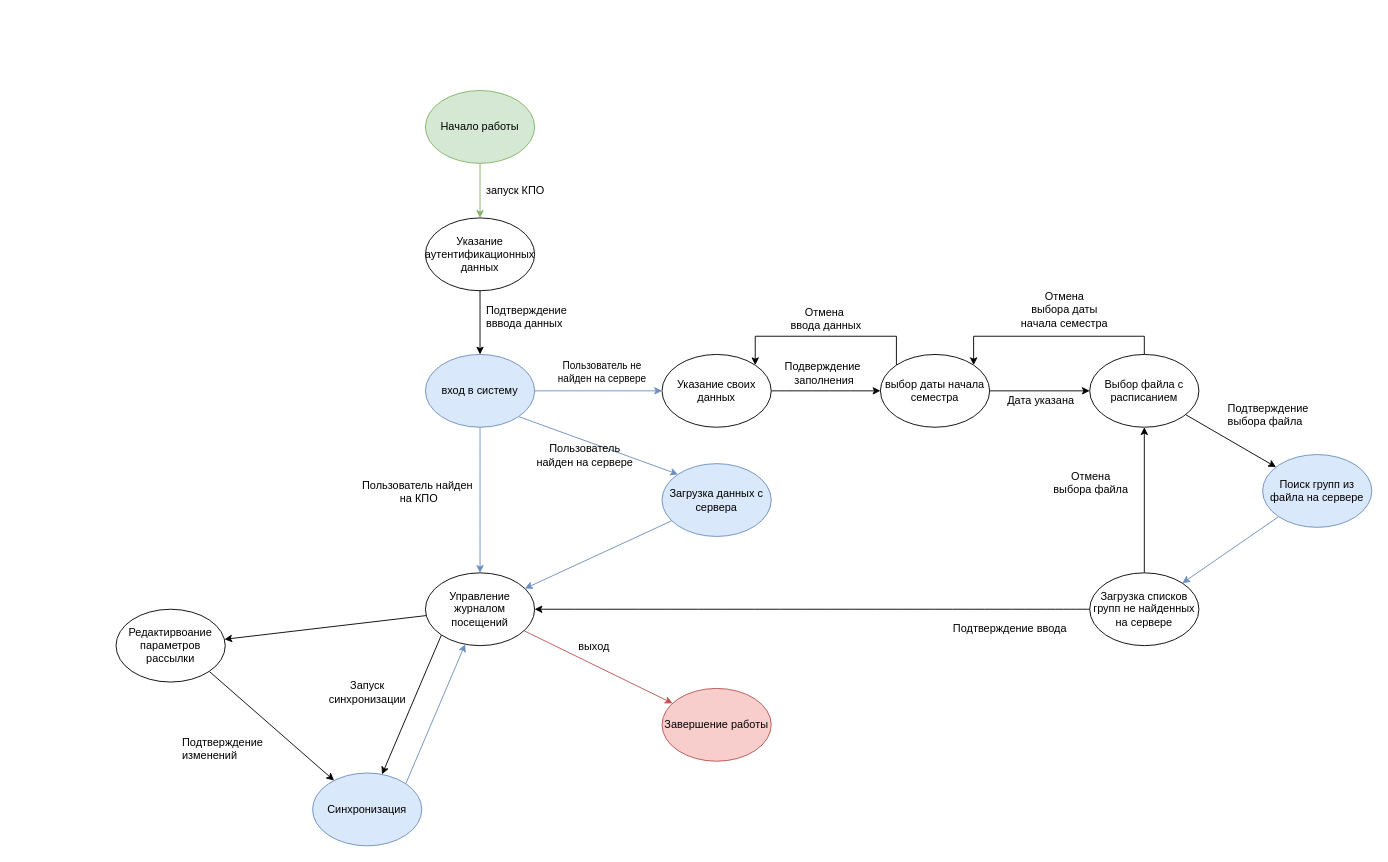
merdovash/VisitCount keeps this draw.io diagram as Client/ClientState.drawio. Above is the earlier version. Source tidied: cells renumbered, new cells numbered last; positions are measured from the earlier drawing's top-left corner, leaving out a move shared by most shapes. Both pictures are drawn from the tidied source at 91%, with x=0, y=0 at pixel (116, 90).
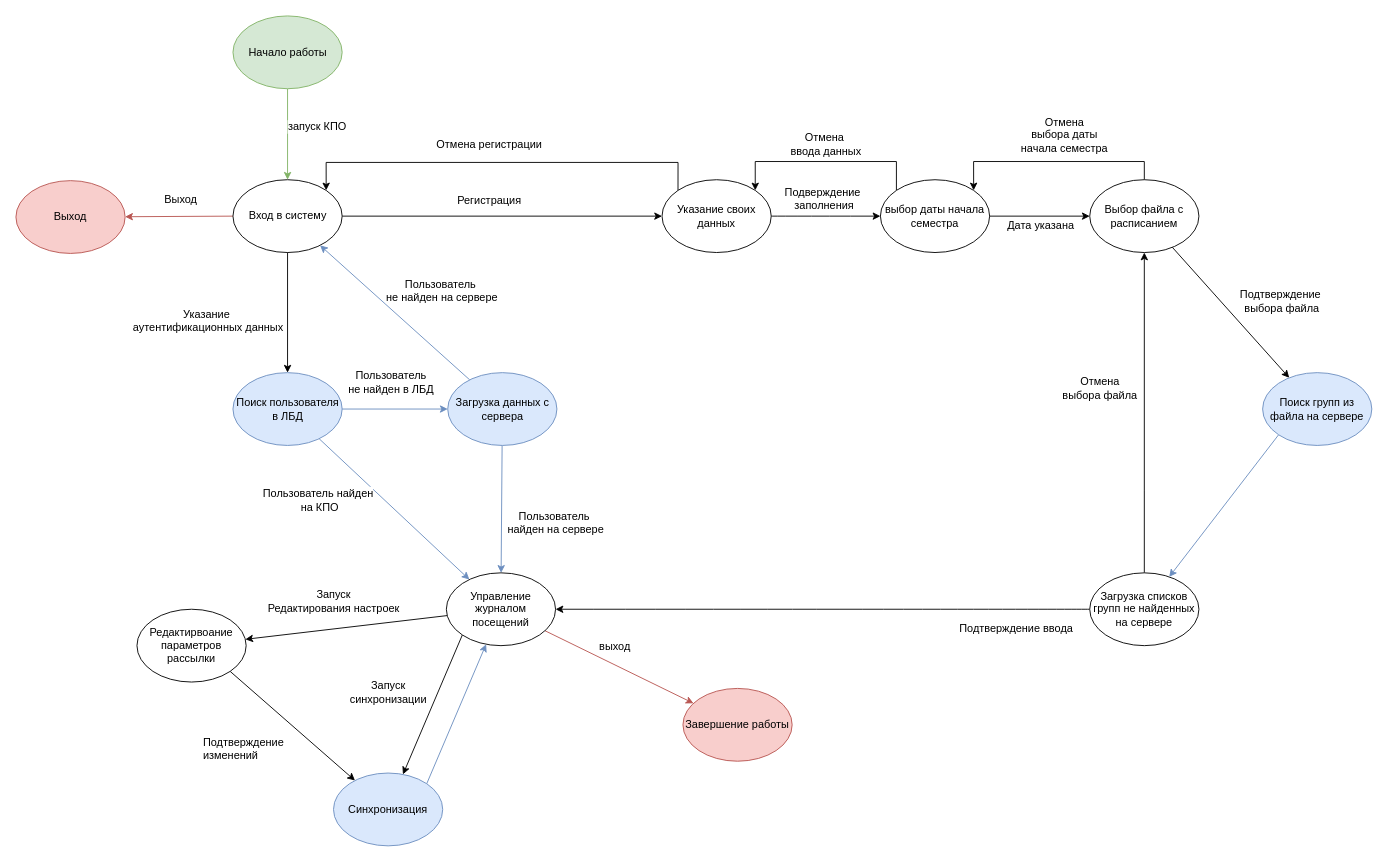
The same diagram, later.

Commit message (it also covers changes not shown here):
Обновил схему состояний клиента

Unchanged cells that the change refers to:
```xml
<mxCell id="9" style="edgeStyle=none;rounded=0;jettySize=auto;html=1;" parent="1" edge="1" source="10" target="45">
  <mxGeometry relative="1" as="geometry" />
</mxCell>
<mxCell id="13" style="edgeStyle=elbowEdgeStyle;rounded=0;jettySize=auto;html=1;exitX=0.5;exitY=0;exitDx=0;exitDy=0;entryX=0.5;entryY=1;entryDx=0;entryDy=0;" parent="1" edge="1" source="15" target="10">
  <mxGeometry relative="1" as="geometry">
    <Array as="points">
      <mxPoint x="1130" y="440" />
    </Array>
  </mxGeometry>
</mxCell>
<mxCell id="25" style="rounded=0;jettySize=auto;html=1;fillColor=#dae8fc;strokeColor=#6c8ebf;" parent="1" edge="1" source="26" target="32">
  <mxGeometry relative="1" as="geometry" />
</mxCell>
<mxCell id="31" style="edgeStyle=none;rounded=0;jettySize=auto;html=1;" parent="1" edge="1" source="32" target="42">
  <mxGeometry relative="1" as="geometry" />
</mxCell>
<mxCell id="34" style="edgeStyle=none;rounded=0;jettySize=auto;html=1;exitX=0.5;exitY=1;exitDx=0;exitDy=0;entryX=0.5;entryY=0;entryDx=0;entryDy=0;fillColor=#d5e8d4;strokeColor=#82b366;" parent="1" edge="1" source="35" target="39">
  <mxGeometry relative="1" as="geometry" />
</mxCell>
```

What changed in the source:
```diff
@@
     <mxCell id="4" style="edgeStyle=elbowEdgeStyle;rounded=0;jettySize=auto;html=1;exitX=0;exitY=0;exitDx=0;exitDy=0;entryX=1;entryY=0;entryDx=0;entryDy=0;" parent="1" edge="1" source="6" target="18">
       <mxGeometry relative="1" as="geometry">
         <Array as="points">
-          <mxPoint x="790" y="270" />
+          <mxPoint x="790" y="78" />
         </Array>
       </mxGeometry>
     </mxCell>
@@
     <mxCell id="6" value="выбор даты начала семестра" style="ellipse;whiteSpace=wrap;html=1;" parent="1" vertex="1">
-      <mxGeometry x="840" y="290" width="120" height="80" as="geometry" />
+      <mxGeometry x="840" y="98" width="120" height="80" as="geometry" />
     </mxCell>
     <mxCell id="7" style="edgeStyle=orthogonalEdgeStyle;rounded=0;jettySize=auto;html=1;exitX=0.5;exitY=0;exitDx=0;exitDy=0;entryX=1;entryY=0;entryDx=0;entryDy=0;" parent="1" edge="1" source="10" target="6">
       <mxGeometry relative="1" as="geometry">
         <Array as="points">
-          <mxPoint x="1130" y="270" />
-          <mxPoint x="942" y="270" />
+          <mxPoint x="1130" y="78" />
+          <mxPoint x="942" y="78" />
         </Array>
       </mxGeometry>
     </mxCell>
@@
+    <mxCell id="46" value="&lt;span&gt;Подтверждение&amp;nbsp;&lt;/span&gt;&lt;br&gt;&lt;span&gt;выбора файла&lt;/span&gt;" style="text;html=1;align=center;verticalAlign=middle;labelBackgroundColor=#ffffff;" parent="9" vertex="1">
+      <mxGeometry x="0.15" y="-4" relative="1" as="geometry">
+        <mxPoint x="48.5" y="-26" as="offset" />
+      </mxGeometry>
+    </mxCell>
     <mxCell id="10" value="Выбор файла с расписанием" style="ellipse;whiteSpace=wrap;html=1;" parent="1" vertex="1">
-      <mxGeometry x="1070" y="290" width="120" height="80" as="geometry" />
+      <mxGeometry x="1070" y="98" width="120" height="80" as="geometry" />
     </mxCell>
@@
     <mxCell id="14" value="Отмена &lt;br&gt;выбора файла" style="text;html=1;align=center;verticalAlign=middle;labelBackgroundColor=#ffffff;" parent="13" vertex="1">
       <mxGeometry x="0.08" y="-3" relative="1" as="geometry">
-        <mxPoint x="-63" y="-13.5" as="offset" />
+        <mxPoint x="-53" y="-13.5" as="offset" />
       </mxGeometry>
     </mxCell>
@@
+    <mxCell id="48" style="edgeStyle=orthogonalEdgeStyle;rounded=0;jettySize=auto;html=1;exitX=0;exitY=0;exitDx=0;exitDy=0;entryX=1;entryY=0;entryDx=0;entryDy=0;" parent="1" edge="1" source="18" target="39">
+      <mxGeometry relative="1" as="geometry">
+        <Array as="points">
+          <mxPoint x="618" y="79" />
+          <mxPoint x="230" y="79" />
+        </Array>
+      </mxGeometry>
+    </mxCell>
+    <mxCell id="49" value="Отмена регистрации" style="text;html=1;align=center;verticalAlign=middle;labelBackgroundColor=#ffffff;" parent="48" vertex="1">
+      <mxGeometry x="-0.36" y="-2" relative="1" as="geometry">
+        <mxPoint x="-96" y="-17.5" as="offset" />
+      </mxGeometry>
+    </mxCell>
     <mxCell id="18" value="Указание своих данных" style="ellipse;whiteSpace=wrap;html=1;" parent="1" vertex="1">
-      <mxGeometry x="600" y="290" width="120" height="80" as="geometry" />
+      <mxGeometry x="600" y="98" width="120" height="80" as="geometry" />
     </mxCell>
-    <mxCell id="19" value="Пользователь не &lt;br&gt;найден на сервере" style="edgeStyle=orthogonalEdgeStyle;curved=1;rounded=0;jettySize=auto;html=1;fillColor=#dae8fc;strokeColor=#6c8ebf;" parent="1" edge="1" source="24" target="18">
-      <mxGeometry x="0.05" y="20" relative="1" as="geometry" />
-    </mxCell>
-    <mxCell id="20" style="rounded=0;jettySize=auto;html=1;exitX=1;exitY=1;exitDx=0;exitDy=0;entryX=0;entryY=0;entryDx=0;entryDy=0;fillColor=#dae8fc;strokeColor=#6c8ebf;" parent="1" edge="1" source="24" target="26">
+    <mxCell id="20" style="rounded=0;jettySize=auto;html=1;fillColor=#dae8fc;strokeColor=#6c8ebf;" parent="1" edge="1" source="57" target="26">
       <mxGeometry relative="1" as="geometry" />
     </mxCell>
-    <mxCell id="21" value="Пользователь &lt;br&gt;найден на сервере" style="text;html=1;align=center;verticalAlign=middle;labelBackgroundColor=none;" parent="20" vertex="1">
+    <mxCell id="21" value="Пользователь &lt;br&gt;не найден в ЛБД&lt;br&gt;" style="text;html=1;align=center;verticalAlign=middle;labelBackgroundColor=none;" parent="20" vertex="1">
       <mxGeometry x="-0.03" y="-2" relative="1" as="geometry">
-        <mxPoint x="-11.5" y="9.5" as="offset" />
+        <mxPoint x="-3" y="-32" as="offset" />
       </mxGeometry>
     </mxCell>
-    <mxCell id="22" style="edgeStyle=orthogonalEdgeStyle;curved=1;rounded=0;jettySize=auto;html=1;exitX=0.5;exitY=1;exitDx=0;exitDy=0;fillColor=#dae8fc;strokeColor=#6c8ebf;" parent="1" edge="1" source="24" target="32">
+    <mxCell id="22" style="rounded=0;jettySize=auto;html=1;fillColor=#dae8fc;strokeColor=#6c8ebf;" parent="1" edge="1" source="57" target="32">
       <mxGeometry relative="1" as="geometry" />
     </mxCell>
@@
-    <mxCell id="24" value="вход в систему" style="ellipse;whiteSpace=wrap;html=1;fillColor=#dae8fc;strokeColor=#6c8ebf;" parent="1" vertex="1">
-      <mxGeometry x="340" y="290" width="120" height="80" as="geometry" />
-    </mxCell>
@@
+    <mxCell id="50" value="&lt;span&gt;Пользователь&amp;nbsp;&lt;/span&gt;&lt;br&gt;&lt;span&gt;найден на сервере&lt;/span&gt;" style="text;html=1;align=center;verticalAlign=middle;labelBackgroundColor=#ffffff;" parent="25" vertex="1">
+      <mxGeometry x="-0.35" y="1" relative="1" as="geometry">
+        <mxPoint x="58" y="38" as="offset" />
+      </mxGeometry>
+    </mxCell>
+    <mxCell id="51" style="edgeStyle=none;rounded=0;jettySize=auto;html=1;fillColor=#dae8fc;strokeColor=#6c8ebf;" parent="1" edge="1" source="26" target="39">
+      <mxGeometry relative="1" as="geometry" />
+    </mxCell>
+    <mxCell id="19" value="&lt;span&gt;Пользователь&amp;nbsp;&lt;/span&gt;&lt;br&gt;&lt;span&gt;не найден на сервере&lt;/span&gt;" style="text;html=1;align=center;verticalAlign=middle;labelBackgroundColor=#ffffff;" parent="51" vertex="1">
+      <mxGeometry x="0.19" y="4" relative="1" as="geometry">
+        <mxPoint x="70" y="-13.5" as="offset" />
+      </mxGeometry>
+    </mxCell>
     <mxCell id="26" value="Загрузка данных с сервера" style="ellipse;whiteSpace=wrap;html=1;fillColor=#dae8fc;strokeColor=#6c8ebf;" parent="1" vertex="1">
-      <mxGeometry x="600" y="410" width="120" height="80" as="geometry" />
+      <mxGeometry x="364.5" y="310" width="120" height="80" as="geometry" />
     </mxCell>
@@
+    <mxCell id="52" value="&lt;span&gt;Запуск&lt;/span&gt;&lt;br&gt;&lt;span&gt;Редактирования настроек&lt;/span&gt;" style="text;html=1;align=center;verticalAlign=middle;labelBackgroundColor=#ffffff;" parent="31" vertex="1">
+      <mxGeometry x="0.51" y="-1" relative="1" as="geometry">
+        <mxPoint x="42.5" y="-35.5" as="offset" />
+      </mxGeometry>
+    </mxCell>
     <mxCell id="32" value="Управление журналом посещений" style="ellipse;whiteSpace=wrap;html=1;" parent="1" vertex="1">
-      <mxGeometry x="340" y="530" width="120" height="80" as="geometry" />
+      <mxGeometry x="363" y="530" width="120" height="80" as="geometry" />
     </mxCell>
     <mxCell id="33" value="Завершение работы" style="ellipse;whiteSpace=wrap;html=1;fillColor=#f8cecc;strokeColor=#b85450;" parent="1" vertex="1">
-      <mxGeometry x="600" y="657" width="120" height="80" as="geometry" />
+      <mxGeometry x="623" y="657" width="120" height="80" as="geometry" />
     </mxCell>
@@
+    <mxCell id="47" value="&lt;span&gt;запуск КПО&lt;/span&gt;" style="text;html=1;align=center;verticalAlign=middle;labelBackgroundColor=#ffffff;" parent="34" vertex="1">
+      <mxGeometry x="0.22" y="2" relative="1" as="geometry">
+        <mxPoint x="30" y="-19.5" as="offset" />
+      </mxGeometry>
+    </mxCell>
     <mxCell id="35" value="Начало работы" style="ellipse;whiteSpace=wrap;html=1;fillColor=#d5e8d4;strokeColor=#82b366;" parent="1" vertex="1">
-      <mxGeometry x="340" width="120" height="80" as="geometry" />
+      <mxGeometry x="128.5" y="-82" width="120" height="80" as="geometry" />
     </mxCell>
@@
     <mxCell id="37" value="Синхронизация" style="ellipse;whiteSpace=wrap;html=1;align=center;fillColor=#dae8fc;strokeColor=#6c8ebf;" parent="1" vertex="1">
-      <mxGeometry x="216" y="750" width="120" height="80" as="geometry" />
+      <mxGeometry x="239" y="750" width="120" height="80" as="geometry" />
     </mxCell>
-    <mxCell id="38" style="edgeStyle=none;rounded=0;jettySize=auto;html=1;exitX=0.5;exitY=1;exitDx=0;exitDy=0;" parent="1" edge="1" source="39" target="24">
-      <mxGeometry relative="1" as="geometry" />
-    </mxCell>
+    <mxCell id="53" style="edgeStyle=none;rounded=0;jettySize=auto;html=1;exitX=1;exitY=0.5;exitDx=0;exitDy=0;" parent="1" edge="1" source="39" target="18">
+      <mxGeometry relative="1" as="geometry" />
+    </mxCell>
+    <mxCell id="54" value="Регистрация" style="text;html=1;align=center;verticalAlign=middle;labelBackgroundColor=#ffffff;" parent="53" vertex="1">
+      <mxGeometry x="-0.22" y="1" relative="1" as="geometry">
+        <mxPoint x="24" y="-17" as="offset" />
+      </mxGeometry>
+    </mxCell>
+    <mxCell id="55" style="edgeStyle=none;rounded=0;jettySize=auto;html=1;exitX=0;exitY=0.5;exitDx=0;exitDy=0;fillColor=#f8cecc;strokeColor=#b85450;" parent="1" edge="1" source="39" target="60">
+      <mxGeometry relative="1" as="geometry" />
+    </mxCell>
+    <mxCell id="56" value="Выход" style="text;html=1;align=center;verticalAlign=middle;labelBackgroundColor=#ffffff;" parent="55" vertex="1">
+      <mxGeometry x="0.45" y="2" relative="1" as="geometry">
+        <mxPoint x="28" y="-21" as="offset" />
+      </mxGeometry>
+    </mxCell>
-    <mxCell id="39" value="Указание аутентификационных данных" style="ellipse;whiteSpace=wrap;html=1;align=center;" parent="1" vertex="1">
-      <mxGeometry x="340" y="140" width="120" height="80" as="geometry" />
+    <mxCell id="39" value="Вход в систему" style="ellipse;whiteSpace=wrap;html=1;align=center;" parent="1" vertex="1">
+      <mxGeometry x="128.5" y="98" width="120" height="80" as="geometry" />
     </mxCell>
-    <mxCell id="40" value="Подтверждение &lt;br&gt;вввода данных" style="text;html=1;align=left;verticalAlign=top;spacingTop=-4;" parent="1" vertex="1">
-      <mxGeometry x="405" y="232" width="110" height="30" as="geometry" />
-    </mxCell>
@@
     <mxCell id="42" value="Редактирвоание параметров рассылки" style="ellipse;whiteSpace=wrap;html=1;align=center;" parent="1" vertex="1">
-      <mxGeometry y="570" width="120" height="80" as="geometry" />
+      <mxGeometry x="23" y="570" width="120" height="80" as="geometry" />
     </mxCell>
     <mxCell id="43" value="Подтверждение &lt;br&gt;изменений" style="text;html=1;align=left;verticalAlign=top;spacingTop=-4;" parent="1" vertex="1">
-      <mxGeometry x="71" y="707" width="110" height="30" as="geometry" />
+      <mxGeometry x="94" y="707" width="110" height="30" as="geometry" />
     </mxCell>
@@
     <mxCell id="45" value="Поиск групп из файла на сервере" style="ellipse;whiteSpace=wrap;html=1;labelBackgroundColor=none;align=center;fillColor=#dae8fc;strokeColor=#6c8ebf;" parent="1" vertex="1">
-      <mxGeometry x="1260" y="400" width="120" height="80" as="geometry" />
+      <mxGeometry x="1260" y="310" width="120" height="80" as="geometry" />
     </mxCell>
-    <mxCell id="46" value="Подтверждение &lt;br&gt;выбора файла" style="text;html=1;align=left;verticalAlign=top;spacingTop=-4;" parent="1" vertex="1">
-      <mxGeometry x="1220" y="340" width="110" height="30" as="geometry" />
-    </mxCell>
-    <mxCell id="47" value="запуск КПО" style="text;html=1;align=left;verticalAlign=top;spacingTop=-4;" parent="1" vertex="1">
-      <mxGeometry x="405" y="100" width="80" height="20" as="geometry" />
-    </mxCell>
+    <mxCell id="57" value="Поиск пользователя в ЛБД" style="ellipse;whiteSpace=wrap;html=1;fillColor=#dae8fc;strokeColor=#6c8ebf;" parent="1" vertex="1">
+      <mxGeometry x="128.5" y="310" width="120" height="80" as="geometry" />
+    </mxCell>
+    <mxCell id="58" style="edgeStyle=none;rounded=0;jettySize=auto;html=1;" parent="1" edge="1" source="39" target="57">
+      <mxGeometry relative="1" as="geometry" />
+    </mxCell>
+    <mxCell id="59" value="&lt;span&gt;Указание&amp;nbsp;&lt;/span&gt;&lt;br&gt;&lt;span&gt;аутентификационных данных&lt;/span&gt;" style="text;html=1;align=center;verticalAlign=middle;labelBackgroundColor=#ffffff;" parent="58" vertex="1">
+      <mxGeometry x="0.24" y="1" relative="1" as="geometry">
+        <mxPoint x="-89.5" y="-7.5" as="offset" />
+      </mxGeometry>
+    </mxCell>
+    <mxCell id="60" value="Выход" style="ellipse;whiteSpace=wrap;html=1;labelBackgroundColor=none;align=center;fillColor=#f8cecc;strokeColor=#b85450;" parent="1" vertex="1">
+      <mxGeometry x="-110" y="99" width="120" height="80" as="geometry" />
+    </mxCell>
```
